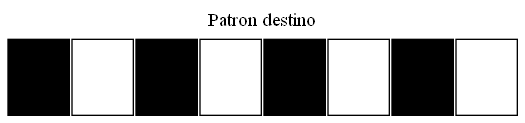
Before: grafica_destino.png, a diagram exported from Graphviz (Dgo45921/IPC2_Proyecto1_202003585). Its source is kept beside it as grafica_destino.dot. The source it was exported from:
```dot

       digraph html {
       labelloc="t";
       label="Patron destino";
        tabla [shape=none, margin=0, label=<
        <TABLE BORDER="0" CELLBORDER="1" CELLSPACING="2.5" CELLPADDING="20">
           <TR>
 <TD BGCOLOR="black"> </TD>
 <TD> </TD>
 <TD BGCOLOR="black"> </TD>
 <TD> </TD>
 <TD BGCOLOR="black"> </TD>
 <TD> </TD>
 <TD BGCOLOR="black"> </TD>
 <TD> </TD>
</TR>
</TABLE>>];}
```
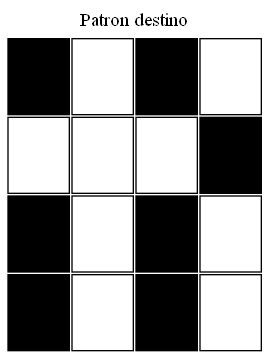
After the commit.

Change to the diagram source:
```diff
@@ -1,17 +1,5 @@
-
-       digraph html {
-       labelloc="t";
-       label="Patron destino";
-        tabla [shape=none, margin=0, label=<
-        <TABLE BORDER="0" CELLBORDER="1" CELLSPACING="2.5" CELLPADDING="20">
-           <TR>
- <TD BGCOLOR="black"> </TD>
- <TD> </TD>
- <TD BGCOLOR="black"> </TD>
- <TD> </TD>
- <TD BGCOLOR="black"> </TD>
- <TD> </TD>
- <TD BGCOLOR="black"> </TD>
- <TD> </TD>
-</TR>
-</TABLE>>];}
+digraph html {
+    labelloc="t";
+           label="Patron destino";
+     tabla [shape=none, margin=0, label=<
+     <TABLE BORDER="0" CELLBORDER="1" CELLSPACING="2.5" CELLPADDING="20">    <TR><TD BGCOLOR="black"> </TD><TD> </TD><TD BGCOLOR="black"> </TD><TD> </TD></TR><TR><TD> </TD><TD> </TD><TD> </TD><TD BGCOLOR="black"> </TD></TR><TR><TD BGCOLOR="black"> </TD><TD> </TD><TD BGCOLOR="black"> </TD><TD> </TD></TR><TR><TD BGCOLOR="black"> </TD><TD> </TD><TD BGCOLOR="black"> </TD><TD> </TD></TR></TABLE>>];}
```
